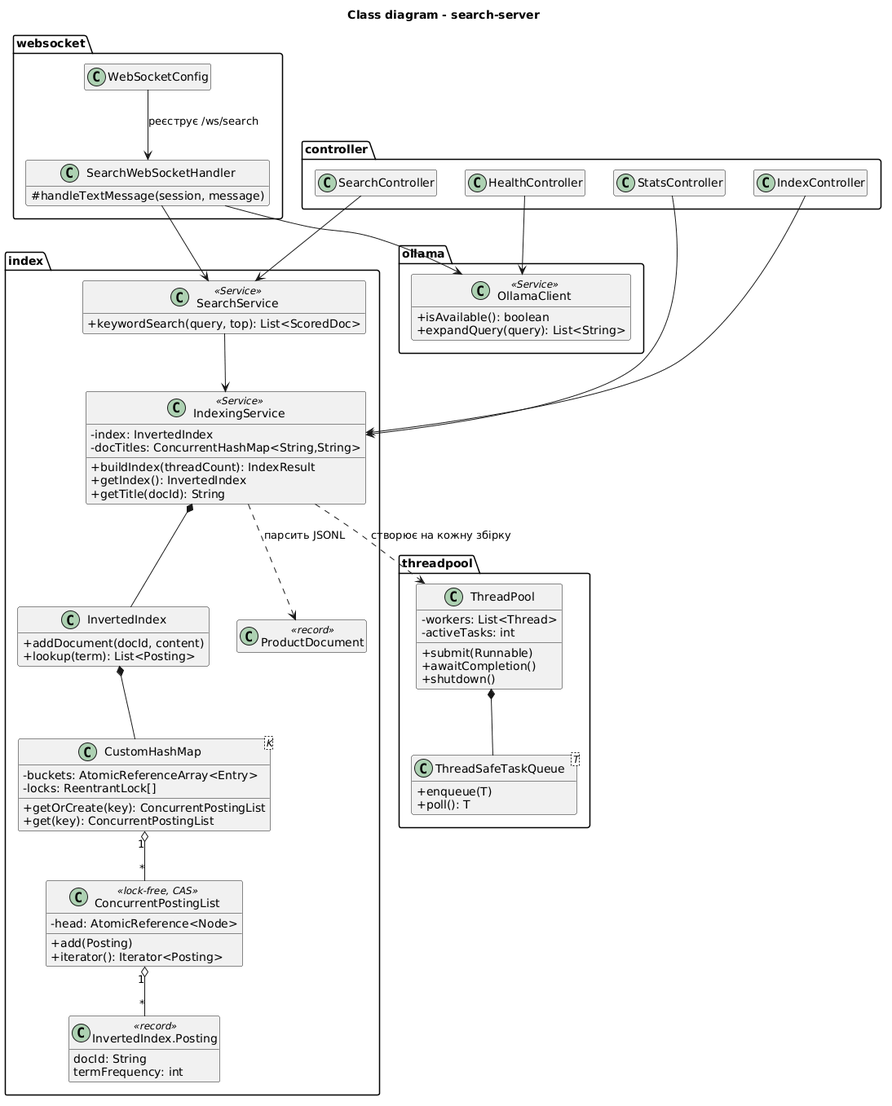
Earlier version of the PlantUML export docs/uml/02_class.png (KovalSS/distributed-search-pipeline). Source of this version:
```plantuml
@startuml
title Class diagram - search-server
skinparam classAttributeIconSize 0
hide empty members

package controller {
  class HealthController
  class IndexController
  class StatsController
  class SearchController
}

package websocket {
  class WebSocketConfig
  class SearchWebSocketHandler {
    #handleTextMessage(session, message)
  }
}

package index {
  class IndexingService <<Service>> {
    -index: InvertedIndex
    -docTitles: ConcurrentHashMap<String,String>
    +buildIndex(threadCount): IndexResult
    +getIndex(): InvertedIndex
    +getTitle(docId): String
  }
  class SearchService <<Service>> {
    +keywordSearch(query, top): List<ScoredDoc>
  }
  class InvertedIndex {
    +addDocument(docId, content)
    +lookup(term): List<Posting>
  }
  class "InvertedIndex.Posting" as Posting <<record>> {
    docId: String
    termFrequency: int
  }
  class CustomHashMap<K> {
    -buckets: AtomicReferenceArray<Entry>
    -locks: ReentrantLock[]
    +getOrCreate(key): ConcurrentPostingList
    +get(key): ConcurrentPostingList
  }
  class ConcurrentPostingList <<lock-free, CAS>> {
    -head: AtomicReference<Node>
    +add(Posting)
    +iterator(): Iterator<Posting>
  }
  class ProductDocument <<record>>
}

package threadpool {
  class ThreadPool {
    -workers: List<Thread>
    -activeTasks: int
    +submit(Runnable)
    +awaitCompletion()
    +shutdown()
  }
  class ThreadSafeTaskQueue<T> {
    +enqueue(T)
    +poll(): T
  }
}

package ollama {
  class OllamaClient <<Service>> {
    +isAvailable(): boolean
    +expandQuery(query): List<String>
  }
}

HealthController --> OllamaClient
IndexController --> IndexingService
StatsController --> IndexingService
SearchController --> SearchService
SearchWebSocketHandler --> OllamaClient
SearchWebSocketHandler --> SearchService
WebSocketConfig --> SearchWebSocketHandler : реєструє /ws/search

SearchService --> IndexingService
IndexingService *-- InvertedIndex
IndexingService ..> ThreadPool : створює на кожну збірку
IndexingService ..> ProductDocument : парсить JSONL
ThreadPool *-- ThreadSafeTaskQueue
InvertedIndex *-- CustomHashMap
CustomHashMap "1" o-- "*" ConcurrentPostingList
ConcurrentPostingList "1" o-- "*" Posting
@enduml
```
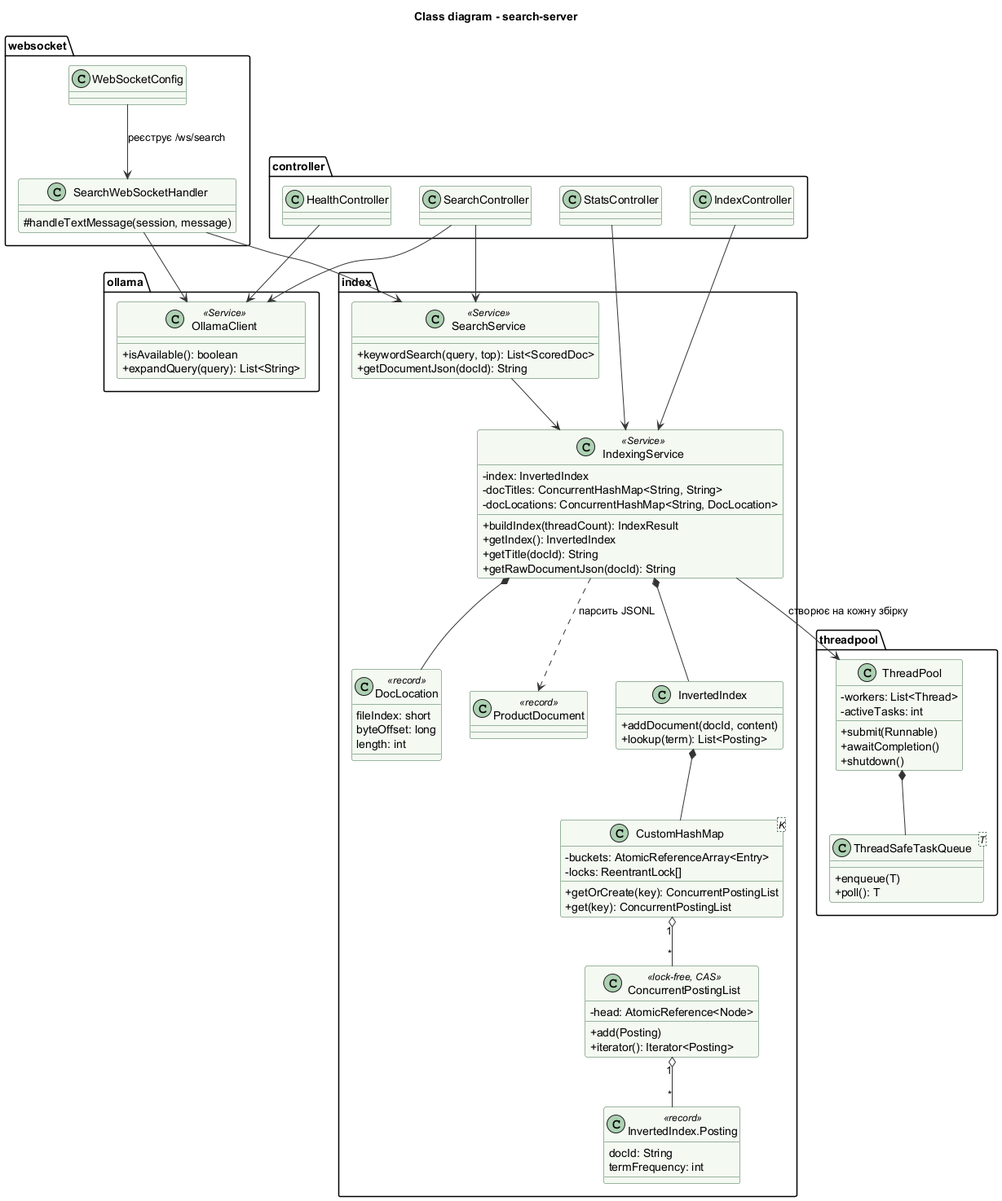
After the commit.

Change to the diagram source:
```diff
@@ -1,56 +1,41 @@
 @startuml
+skinparam classAttributeIconSize 0
+
 title Class diagram - search-server
-skinparam classAttributeIconSize 0
-hide empty members
 
-package controller {
-  class HealthController
-  class IndexController
-  class StatsController
-  class SearchController
+skinparam class {
+  BackgroundColor #F4F9F2
+  BorderColor #3B6B45
+  ArrowColor #333333
+}
+skinparam package {
+  BackgroundColor #FFFFFF
+  BorderColor #000000
 }
 
-package websocket {
+package "websocket" {
   class WebSocketConfig
   class SearchWebSocketHandler {
     #handleTextMessage(session, message)
   }
+  WebSocketConfig --> SearchWebSocketHandler : реєструє /ws/search
 }
 
-package index {
-  class IndexingService <<Service>> {
-    -index: InvertedIndex
-    -docTitles: ConcurrentHashMap<String,String>
-    +buildIndex(threadCount): IndexResult
-    +getIndex(): InvertedIndex
-    +getTitle(docId): String
-  }
-  class SearchService <<Service>> {
-    +keywordSearch(query, top): List<ScoredDoc>
-  }
-  class InvertedIndex {
-    +addDocument(docId, content)
-    +lookup(term): List<Posting>
-  }
-  class "InvertedIndex.Posting" as Posting <<record>> {
-    docId: String
-    termFrequency: int
-  }
-  class CustomHashMap<K> {
-    -buckets: AtomicReferenceArray<Entry>
-    -locks: ReentrantLock[]
-    +getOrCreate(key): ConcurrentPostingList
-    +get(key): ConcurrentPostingList
-  }
-  class ConcurrentPostingList <<lock-free, CAS>> {
-    -head: AtomicReference<Node>
-    +add(Posting)
-    +iterator(): Iterator<Posting>
-  }
-  class ProductDocument <<record>>
+package "controller" {
+  class SearchController
+  class HealthController
+  class StatsController
+  class IndexController
 }
 
-package threadpool {
+package "ollama" {
+  class OllamaClient <<Service>> {
+    +isAvailable(): boolean
+    +expandQuery(query): List<String>
+  }
+}
+
+package "threadpool" {
   class ThreadPool {
     -workers: List<Thread>
     -activeTasks: int
@@ -58,33 +43,81 @@
     +awaitCompletion()
     +shutdown()
   }
-  class ThreadSafeTaskQueue<T> {
+
+  class "ThreadSafeTaskQueue<T>" as ThreadSafeTaskQueue {
     +enqueue(T)
     +poll(): T
   }
+
+  ThreadPool *-- ThreadSafeTaskQueue
 }
 
-package ollama {
-  class OllamaClient <<Service>> {
-    +isAvailable(): boolean
-    +expandQuery(query): List<String>
+package "index" {
+  class SearchService <<Service>> {
+    +keywordSearch(query, top): List<ScoredDoc>
+    +getDocumentJson(docId): String
+  }
+
+  class IndexingService <<Service>> {
+    -index: InvertedIndex
+    -docTitles: ConcurrentHashMap<String, String>
+    -docLocations: ConcurrentHashMap<String, DocLocation>
+    +buildIndex(threadCount): IndexResult
+    +getIndex(): InvertedIndex
+    +getTitle(docId): String
+    +getRawDocumentJson(docId): String
+  }
+
+  class DocLocation <<record>> {
+    fileIndex: short
+    byteOffset: long
+    length: int
+  }
+
+  class ProductDocument <<record>>
+
+  class InvertedIndex {
+    +addDocument(docId, content)
+    +lookup(term): List<Posting>
+  }
+
+  class "CustomHashMap<K>" as CustomHashMap {
+    -buckets: AtomicReferenceArray<Entry>
+    -locks: ReentrantLock[]
+    +getOrCreate(key): ConcurrentPostingList
+    +get(key): ConcurrentPostingList
+  }
+
+  class ConcurrentPostingList <<lock-free, CAS>> {
+    -head: AtomicReference<Node>
+    +add(Posting)
+    +iterator(): Iterator<Posting>
+  }
+
+  class "InvertedIndex.Posting" as Posting <<record>> {
+    docId: String
+    termFrequency: int
   }
 }
 
 HealthController --> OllamaClient
+StatsController --> IndexingService
 IndexController --> IndexingService
-StatsController --> IndexingService
+
+SearchWebSocketHandler --> SearchService
+SearchWebSocketHandler --> OllamaClient
+
 SearchController --> SearchService
-SearchWebSocketHandler --> OllamaClient
-SearchWebSocketHandler --> SearchService
-WebSocketConfig --> SearchWebSocketHandler : реєструє /ws/search
+SearchController --> OllamaClient
 
 SearchService --> IndexingService
+IndexingService --> ThreadPool : створює на кожну збірку
+IndexingService ..> ProductDocument : парсить JSONL
 IndexingService *-- InvertedIndex
-IndexingService ..> ThreadPool : створює на кожну збірку
-IndexingService ..> ProductDocument : парсить JSONL
-ThreadPool *-- ThreadSafeTaskQueue
+IndexingService *-- DocLocation
+
 InvertedIndex *-- CustomHashMap
 CustomHashMap "1" o-- "*" ConcurrentPostingList
 ConcurrentPostingList "1" o-- "*" Posting
+
 @enduml
```
